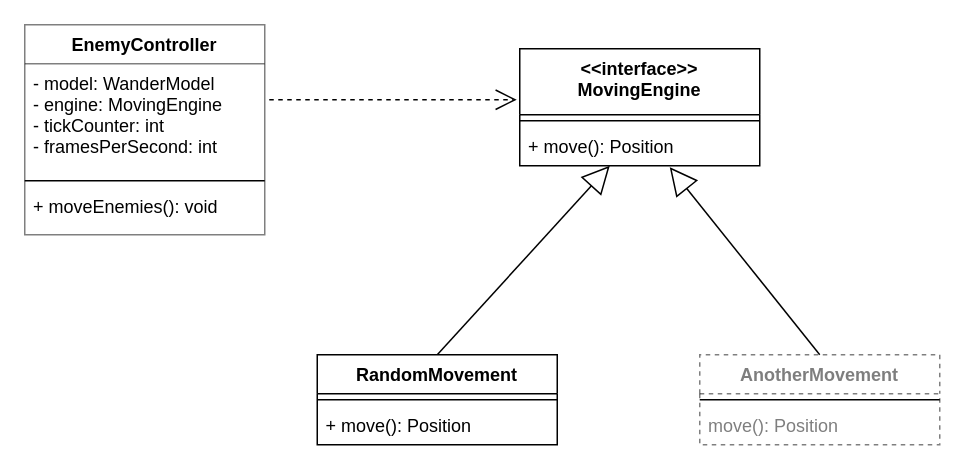
Before: docs/UMLReport/Strategy Patterns.drawio in marhcouto/fallout0, a draw.io diagram. Source tidied: cells renumbered, new cells numbered last; positions are measured from the earlier drawing's top-left corner, leaving out a move shared by most shapes. Both pictures are drawn from the tidied source at 150%, with x=0, y=0 at pixel (24, 24).
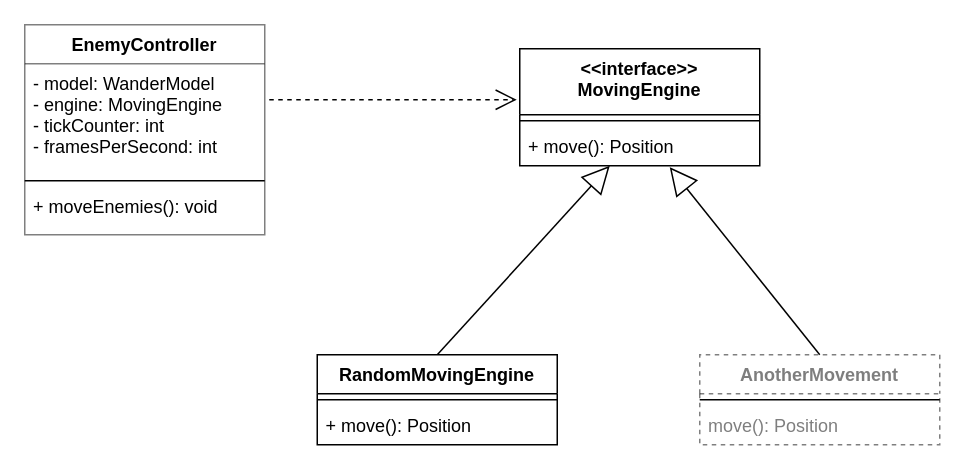
After the change.

What changed in the source:
```diff
@@
 <mxGraphModel>
   <root>
     <mxCell id="0" />
     <mxCell id="1" parent="0" />
     <mxCell id="2" value="&lt;&lt;interface&gt;&gt;&#10;MovingEngine" style="swimlane;fontStyle=1;align=center;verticalAlign=top;horizontal=1;startSize=44;rounded=0;" parent="1" vertex="1">
       <mxGeometry x="330" y="16" width="160" height="78" as="geometry" />
     </mxCell>
     <mxCell id="3" style="line;strokeWidth=1;fillColor=none;align=left;verticalAlign=middle;spacingTop=-1;spacingLeft=3;spacingRight=3;labelPosition=right;" parent="2" vertex="1">
       <mxGeometry y="44" width="160" height="8" as="geometry" />
     </mxCell>
     <mxCell id="4" value="+ move(): Position" style="text;strokeColor=none;fillColor=none;align=left;verticalAlign=top;spacingLeft=4;spacingRight=4;overflow=hidden;points=[[0,0.5],[1,0.5]];portConstraint=eastwest;" parent="2" vertex="1">
       <mxGeometry y="52" width="160" height="26" as="geometry" />
     </mxCell>
     <mxCell id="5" style="endArrow=block;endSize=16;endFill=0;html=1;entryX=0.375;entryY=1;entryDx=0;entryDy=0;entryPerimeter=0;exitX=0.5;exitY=0;exitDx=0;exitDy=0;" parent="1" edge="1" source="6" target="4">
       <mxGeometry relative="1" as="geometry" />
     </mxCell>
-    <mxCell id="6" value="RandomMovement" style="swimlane;fontStyle=1;align=center;verticalAlign=top;horizontal=1;startSize=26;rounded=0;" parent="1" vertex="1">
+    <mxCell id="6" value="RandomMovingEngine" style="swimlane;fontStyle=1;align=center;verticalAlign=top;horizontal=1;startSize=26;rounded=0;" parent="1" vertex="1">
       <mxGeometry x="195" y="220" width="160" height="60" as="geometry" />
     </mxCell>
     <mxCell id="7" style="line;strokeWidth=1;fillColor=none;align=left;verticalAlign=middle;spacingTop=-1;spacingLeft=3;spacingRight=3;labelPosition=right;" parent="6" vertex="1">
       <mxGeometry y="26" width="160" height="8" as="geometry" />
     </mxCell>
     <mxCell id="8" value="+ move(): Position" style="text;strokeColor=none;fillColor=none;align=left;verticalAlign=top;spacingLeft=4;spacingRight=4;overflow=hidden;" parent="6" vertex="1">
       <mxGeometry y="34" width="160" height="26" as="geometry" />
     </mxCell>
     <mxCell id="9" value="AnotherMovement" style="swimlane;fontStyle=1;align=center;verticalAlign=top;horizontal=1;startSize=26;dashed=1;opacity=50;textOpacity=50;rounded=0;" parent="1" vertex="1">
       <mxGeometry x="450" y="220" width="160" height="60" as="geometry" />
     </mxCell>
     <mxCell id="10" style="line;strokeWidth=1;fillColor=none;align=left;verticalAlign=middle;spacingTop=-1;spacingLeft=3;spacingRight=3;labelPosition=right;" parent="9" vertex="1">
       <mxGeometry y="26" width="160" height="8" as="geometry" />
     </mxCell>
     <mxCell id="11" value="move(): Position" style="text;strokeColor=none;fillColor=none;align=left;verticalAlign=top;spacingLeft=4;spacingRight=4;overflow=hidden;textOpacity=50;" parent="9" vertex="1">
       <mxGeometry y="34" width="160" height="26" as="geometry" />
     </mxCell>
     <mxCell id="12" style="endArrow=block;endSize=16;endFill=0;html=1;exitX=0.5;exitY=0;exitDx=0;exitDy=0;entryX=0.625;entryY=1.038;entryDx=0;entryDy=0;entryPerimeter=0;" parent="1" edge="1" source="9" target="4">
       <mxGeometry relative="1" as="geometry" />
     </mxCell>
     <mxCell id="13" value="EnemyController" style="swimlane;fontStyle=1;align=center;verticalAlign=top;horizontal=1;startSize=26;strokeColor=#000000;opacity=50;rounded=0;arcSize=24;" parent="1" vertex="1">
       <mxGeometry width="160" height="140" as="geometry" />
     </mxCell>
     <mxCell id="14" value="- model: WanderModel&#10;- engine: MovingEngine&#10;- tickCounter: int&#10;- framesPerSecond: int" style="text;strokeColor=none;fillColor=none;align=left;verticalAlign=top;spacingLeft=4;spacingRight=4;overflow=hidden;" parent="13" vertex="1">
       <mxGeometry y="26" width="160" height="74" as="geometry" />
     </mxCell>
     <mxCell id="15" style="line;strokeWidth=1;fillColor=none;align=left;verticalAlign=middle;spacingTop=-1;spacingLeft=3;spacingRight=3;labelPosition=right;" parent="13" vertex="1">
       <mxGeometry y="100" width="160" height="8" as="geometry" />
     </mxCell>
     <mxCell id="16" value="+ moveEnemies(): void" style="text;strokeColor=none;fillColor=none;align=left;verticalAlign=top;spacingLeft=4;spacingRight=4;overflow=hidden;" parent="13" vertex="1">
       <mxGeometry y="108" width="160" height="32" as="geometry" />
     </mxCell>
     <mxCell id="17" style="endArrow=open;endSize=12;dashed=1;html=1;" parent="1" edge="1">
       <mxGeometry relative="1" as="geometry">
         <mxPoint x="163" y="50" as="sourcePoint" />
         <mxPoint x="328" y="50" as="targetPoint" />
       </mxGeometry>
     </mxCell>
   </root>
 </mxGraphModel>
```
